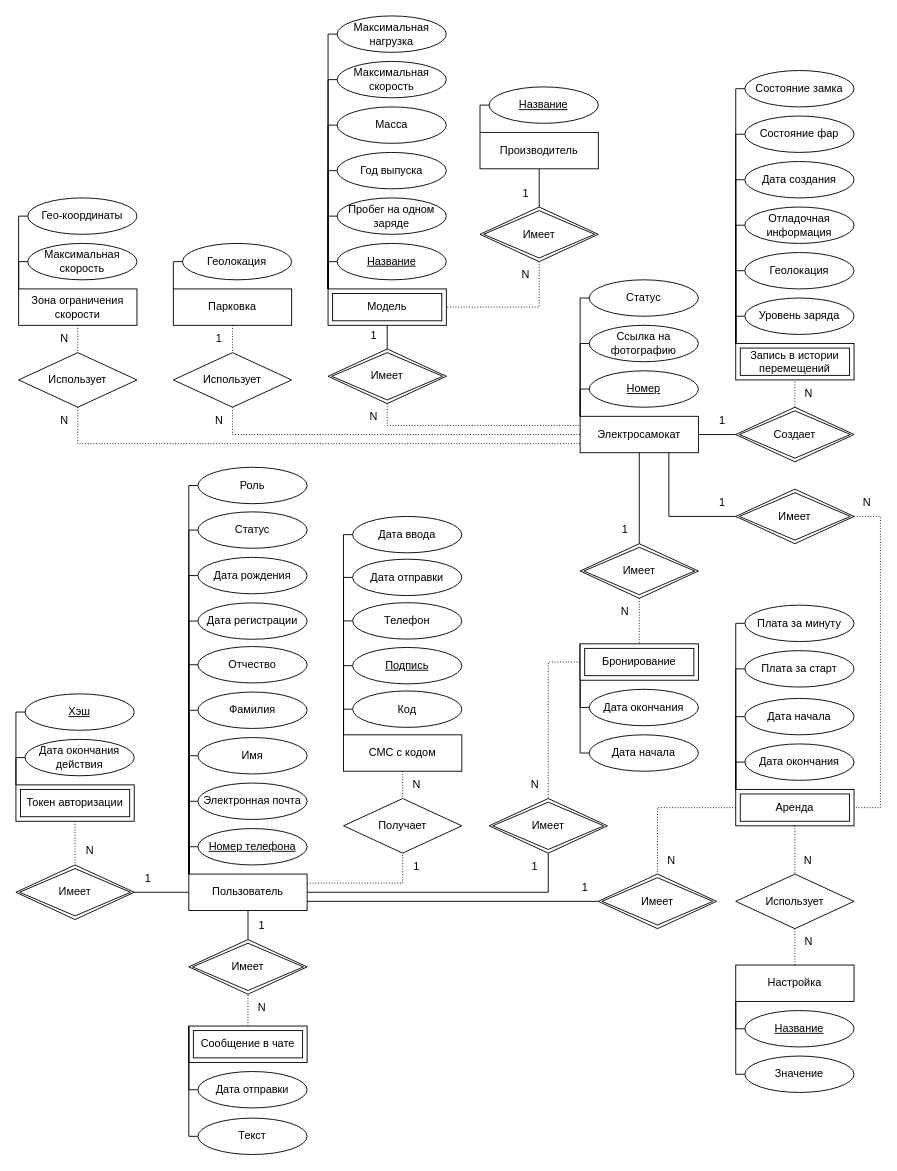
This is docs/inc/img/er.drawio from matveycodes/bmstu-db-cw, a draw.io file, before an edit. Source tidied: cells renumbered, new cells numbered last; positions are measured from the earlier drawing's top-left corner, leaving out a move shared by most shapes. Both pictures are drawn from the tidied source at 91%, with x=0, y=0 at pixel (15, 15).
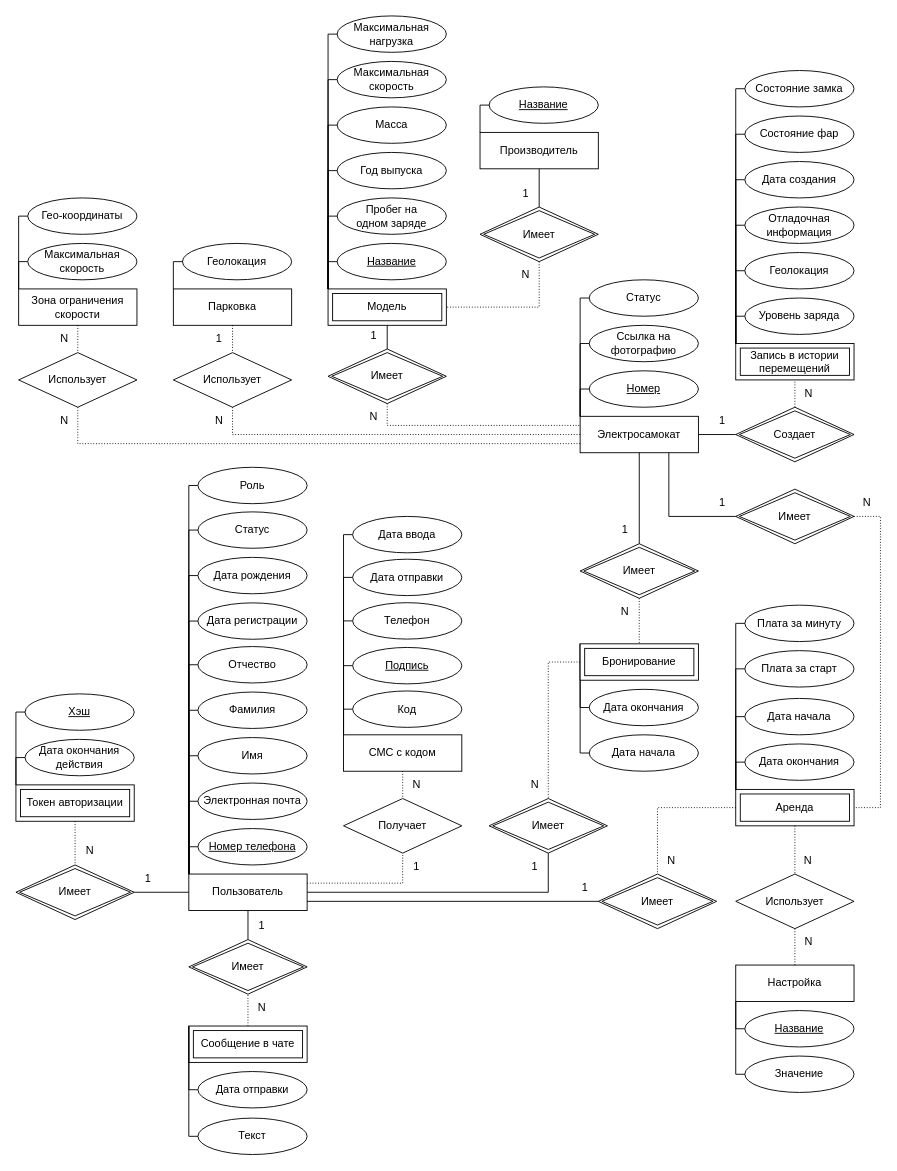
After the change.

The change refers to these unchanged cells:
```xml
<mxCell id="80" style="group;fontSize=12;" parent="1" vertex="1">
  <mxGeometry x="343" width="130" height="340" as="geometry" />
</mxCell>
```

What changed in the source:
```diff
@@
-    <mxCell id="84" value="Пробег на одном заряде" style="ellipse;whiteSpace=wrap;html=1;fontSize=12;" parent="80" vertex="1">
+    <mxCell id="84" value="Пробег на &lt;br&gt;одном заряде" style="ellipse;whiteSpace=wrap;html=1;fontSize=12;" parent="80" vertex="1">
       <mxGeometry x="10" y="200" width="120" height="40" as="geometry" />
     </mxCell>
```
